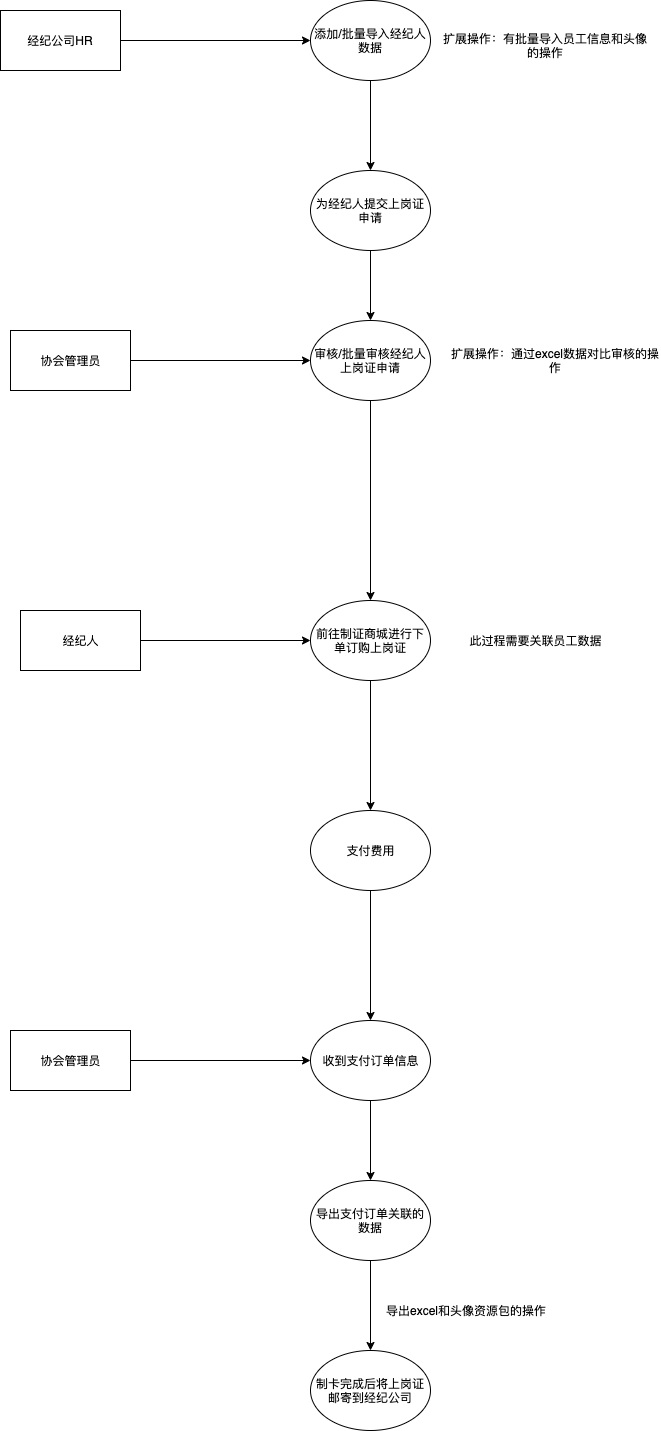
Before: docs/credit/imgs/sjl2.png, a diagram exported from draw.io (evildoerX/hyperledger-credit). Source tidied: cells renumbered, new cells last; positions are measured from the earlier drawing's top-left corner, leaving out a move shared by most shapes.
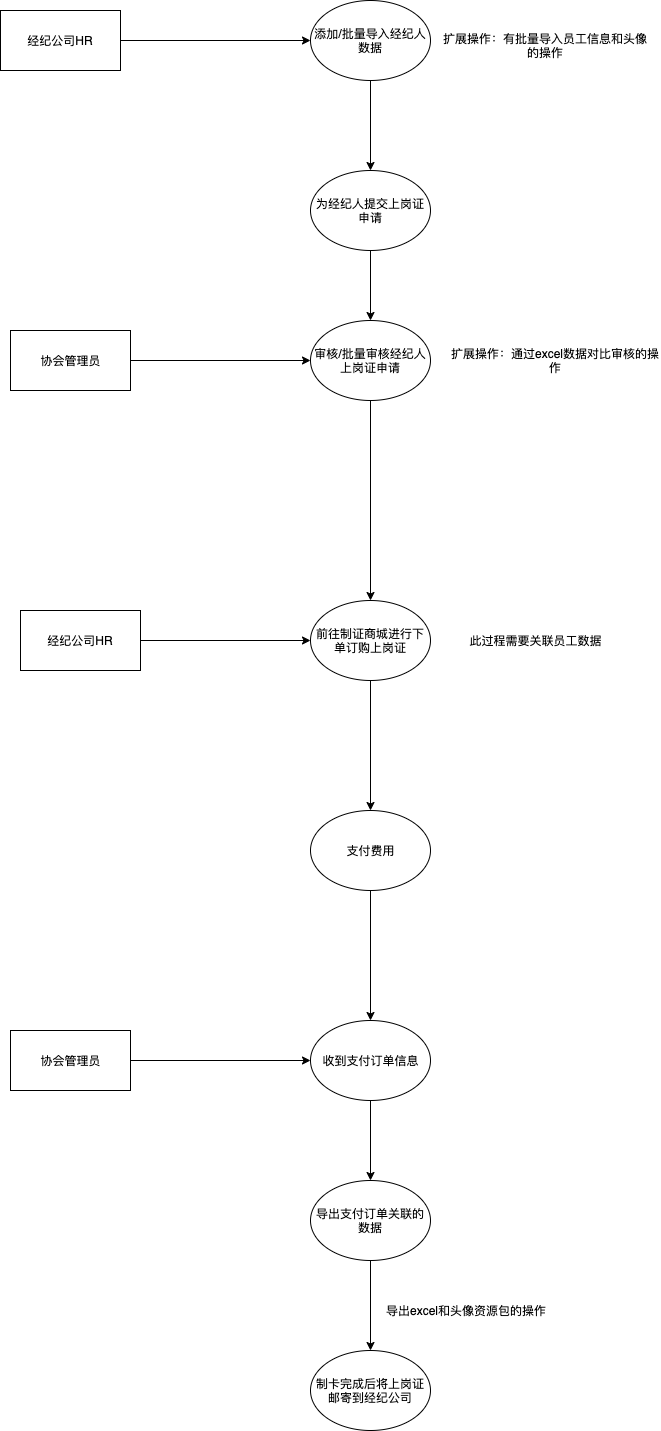
The same file after the commit.

Change to the diagram source:
```diff
@@ -56,7 +56,7 @@
     <mxCell id="19" style="edgeStyle=orthogonalEdgeStyle;rounded=0;jettySize=auto;html=1;exitX=1;exitY=0.5;exitDx=0;exitDy=0;entryX=0;entryY=0.5;entryDx=0;entryDy=0;" parent="1" edge="1" source="20" target="25">
       <mxGeometry relative="1" as="geometry" />
     </mxCell>
-    <mxCell id="20" value="经纪人" style="rounded=0;whiteSpace=wrap;html=1;" parent="1" vertex="1">
+    <mxCell id="20" value="经纪公司HR" style="rounded=0;whiteSpace=wrap;html=1;" parent="1" vertex="1">
       <mxGeometry x="20" y="610" width="120" height="60" as="geometry" />
     </mxCell>
     <mxCell id="21" style="edgeStyle=orthogonalEdgeStyle;rounded=0;jettySize=auto;html=1;exitX=1;exitY=0.5;exitDx=0;exitDy=0;" parent="1" edge="1" source="22" target="9">
```
